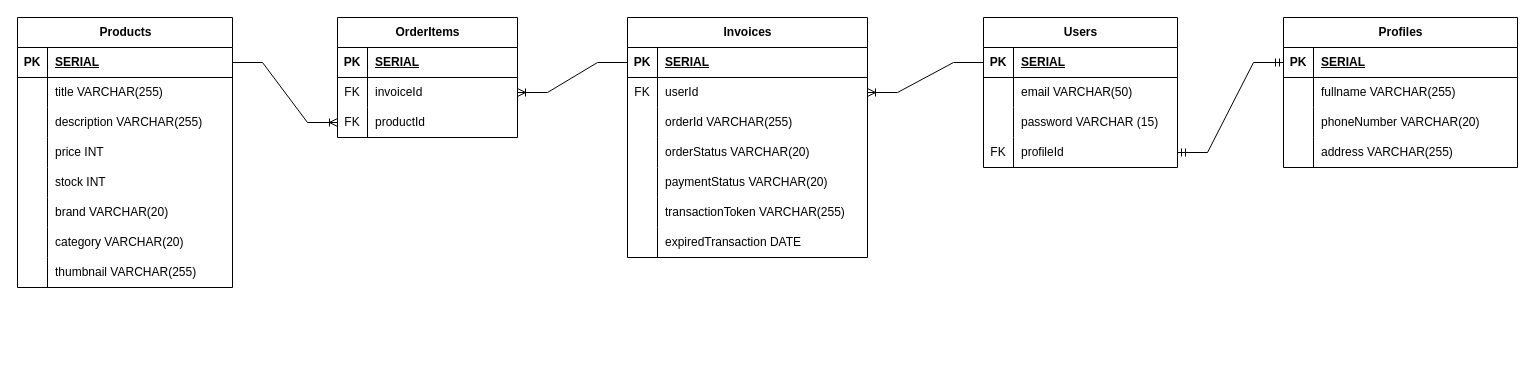
Above: server/db_schema/schema.drawio in fauzandwip/ecommerce-test_Linxchat (draw.io), before the change. Source tidied: cells renumbered, new cells numbered last; positions are measured from the earlier drawing's top-left corner, leaving out a move shared by most shapes. Both pictures are drawn from the tidied source at 100%, with x=0, y=0 at pixel (17, 17).
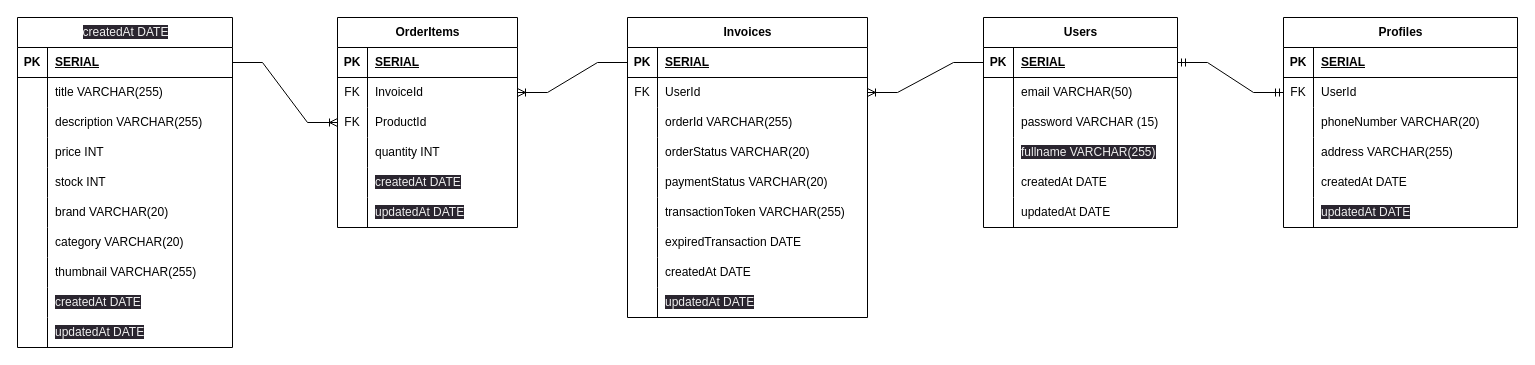
Above is the later version.

The change refers to these unchanged cells:
```xml
<mxCell id="3" style="shape=tableRow;horizontal=0;startSize=0;swimlaneHead=0;swimlaneBody=0;fillColor=none;points=[[0,0.5],[1,0.5]];portConstraint=eastwest;top=0;left=0;right=0;bottom=1;" parent="2" vertex="1">
  <mxGeometry y="30" width="194" height="30" as="geometry" />
</mxCell>
<mxCell id="12" style="shape=tableRow;horizontal=0;startSize=0;swimlaneHead=0;swimlaneBody=0;fillColor=none;points=[[0,0.5],[1,0.5]];portConstraint=eastwest;top=0;left=0;right=0;bottom=0;" parent="2" vertex="1">
  <mxGeometry y="120" width="194" height="30" as="geometry" />
</mxCell>
<mxCell id="16" style="shape=tableRow;horizontal=0;startSize=0;swimlaneHead=0;swimlaneBody=0;fillColor=none;points=[[0,0.5],[1,0.5]];portConstraint=eastwest;top=0;left=0;right=0;bottom=1;" parent="15" vertex="1">
  <mxGeometry y="30" width="234" height="30" as="geometry" />
</mxCell>
<mxCell id="19" style="shape=tableRow;horizontal=0;startSize=0;swimlaneHead=0;swimlaneBody=0;fillColor=none;points=[[0,0.5],[1,0.5]];portConstraint=eastwest;top=0;left=0;right=0;bottom=0;" parent="15" vertex="1">
  <mxGeometry y="60" width="234" height="30" as="geometry" />
</mxCell>
<mxCell id="58" style="shape=tableRow;horizontal=0;startSize=0;swimlaneHead=0;swimlaneBody=0;fillColor=none;points=[[0,0.5],[1,0.5]];portConstraint=eastwest;top=0;left=0;right=0;bottom=0;" parent="54" vertex="1">
  <mxGeometry y="60" width="240" height="30" as="geometry" />
</mxCell>
<mxCell id="81" style="shape=tableRow;horizontal=0;startSize=0;swimlaneHead=0;swimlaneBody=0;fillColor=none;points=[[0,0.5],[1,0.5]];portConstraint=eastwest;top=0;left=0;right=0;bottom=0;" parent="77" vertex="1">
  <mxGeometry y="60" width="180" height="30" as="geometry" />
</mxCell>
<mxCell id="84" style="shape=tableRow;horizontal=0;startSize=0;swimlaneHead=0;swimlaneBody=0;fillColor=none;points=[[0,0.5],[1,0.5]];portConstraint=eastwest;top=0;left=0;right=0;bottom=0;" parent="77" vertex="1">
  <mxGeometry y="90" width="180" height="30" as="geometry" />
</mxCell>
```

The edit, as a diff of the source:
```diff
@@
     <mxCell id="2" value="Users" style="shape=table;startSize=30;childLayout=tableLayout;rowLines=0;fontStyle=1;align=center;html=1;" parent="1" vertex="1">
-      <mxGeometry x="966" width="194" height="150" as="geometry" />
+      <mxGeometry x="966" width="194" height="210" as="geometry" />
     </mxCell>
@@
-    <mxCell id="13" value="FK" style="shape=partialRectangle;fillColor=none;top=0;left=0;bottom=0;right=0;overflow=hidden;whiteSpace=wrap;html=1;" parent="12" vertex="1">
-      <mxGeometry width="30" height="30" as="geometry" />
-    </mxCell>
-    <mxCell id="14" value="profileId" style="shape=partialRectangle;fillColor=none;top=0;left=0;bottom=0;right=0;align=left;spacingLeft=6;overflow=hidden;whiteSpace=wrap;html=1;" parent="12" vertex="1">
-      <mxGeometry x="30" width="164" height="30" as="geometry" />
-    </mxCell>
+    <mxCell id="89" style="shape=partialRectangle;fillColor=none;top=0;left=0;bottom=0;right=0;overflow=hidden;whiteSpace=wrap;html=1;" parent="12" vertex="1">
+      <mxGeometry width="30" height="30" as="geometry" />
+    </mxCell>
+    <mxCell id="90" value="&lt;span style=&quot;color: rgb(240, 240, 240); font-family: Helvetica; font-size: 12px; font-style: normal; font-variant-ligatures: normal; font-variant-caps: normal; font-weight: 400; letter-spacing: normal; orphans: 2; text-align: left; text-indent: 0px; text-transform: none; widows: 2; word-spacing: 0px; -webkit-text-stroke-width: 0px; background-color: rgb(42, 37, 47); text-decoration-thickness: initial; text-decoration-style: initial; text-decoration-color: initial; float: none; display: inline !important;&quot;&gt;fullname VARCHAR(255)&lt;/span&gt;" style="shape=partialRectangle;fillColor=none;top=0;left=0;bottom=0;right=0;align=left;spacingLeft=6;overflow=hidden;whiteSpace=wrap;html=1;" parent="12" vertex="1">
+      <mxGeometry x="30" width="164" height="30" as="geometry" />
+    </mxCell>
+    <mxCell id="91" style="shape=tableRow;horizontal=0;startSize=0;swimlaneHead=0;swimlaneBody=0;fillColor=none;top=0;left=0;right=0;bottom=0;" parent="2" vertex="1">
+      <mxGeometry y="150" width="194" height="30" as="geometry" />
+    </mxCell>
+    <mxCell id="92" style="shape=partialRectangle;fillColor=none;top=0;left=0;bottom=0;right=0;overflow=hidden;whiteSpace=wrap;html=1;" parent="91" vertex="1">
+      <mxGeometry width="30" height="30" as="geometry" />
+    </mxCell>
+    <mxCell id="93" value="createdAt DATE" style="shape=partialRectangle;fillColor=none;top=0;left=0;bottom=0;right=0;align=left;spacingLeft=6;overflow=hidden;whiteSpace=wrap;html=1;" parent="91" vertex="1">
+      <mxGeometry x="30" width="164" height="30" as="geometry" />
+    </mxCell>
+    <mxCell id="94" style="shape=tableRow;horizontal=0;startSize=0;swimlaneHead=0;swimlaneBody=0;fillColor=none;top=0;left=0;right=0;bottom=0;" parent="2" vertex="1">
+      <mxGeometry y="180" width="194" height="30" as="geometry" />
+    </mxCell>
+    <mxCell id="95" style="shape=partialRectangle;fillColor=none;top=0;left=0;bottom=0;right=0;overflow=hidden;whiteSpace=wrap;html=1;" parent="94" vertex="1">
+      <mxGeometry width="30" height="30" as="geometry" />
+    </mxCell>
+    <mxCell id="96" value="updatedAt DATE" style="shape=partialRectangle;fillColor=none;top=0;left=0;bottom=0;right=0;align=left;spacingLeft=6;overflow=hidden;whiteSpace=wrap;html=1;" parent="94" vertex="1">
+      <mxGeometry x="30" width="164" height="30" as="geometry" />
+    </mxCell>
     <mxCell id="15" value="Profiles" style="shape=table;startSize=30;childLayout=tableLayout;rowLines=0;fontStyle=1;align=center;html=1;" parent="1" vertex="1">
-      <mxGeometry x="1266" width="234" height="150" as="geometry" />
+      <mxGeometry x="1266" width="234" height="210" as="geometry" />
     </mxCell>
@@
-    <mxCell id="20" style="shape=partialRectangle;fillColor=none;top=0;left=0;bottom=0;right=0;overflow=hidden;whiteSpace=wrap;html=1;" parent="19" vertex="1">
+    <mxCell id="20" value="FK" style="shape=partialRectangle;fillColor=none;top=0;left=0;bottom=0;right=0;overflow=hidden;whiteSpace=wrap;html=1;" parent="19" vertex="1">
       <mxGeometry width="30" height="30" as="geometry" />
     </mxCell>
-    <mxCell id="21" value="fullname VARCHAR(255)" style="shape=partialRectangle;fillColor=none;top=0;left=0;bottom=0;right=0;align=left;spacingLeft=6;overflow=hidden;whiteSpace=wrap;html=1;" parent="19" vertex="1">
+    <mxCell id="21" value="UserId" style="shape=partialRectangle;fillColor=none;top=0;left=0;bottom=0;right=0;align=left;spacingLeft=6;overflow=hidden;whiteSpace=wrap;html=1;" parent="19" vertex="1">
       <mxGeometry x="30" width="204" height="30" as="geometry" />
     </mxCell>
@@
+    <mxCell id="97" style="shape=tableRow;horizontal=0;startSize=0;swimlaneHead=0;swimlaneBody=0;fillColor=none;top=0;left=0;right=0;bottom=0;" parent="15" vertex="1">
+      <mxGeometry y="150" width="234" height="30" as="geometry" />
+    </mxCell>
+    <mxCell id="98" style="shape=partialRectangle;fillColor=none;top=0;left=0;bottom=0;right=0;overflow=hidden;whiteSpace=wrap;html=1;" parent="97" vertex="1">
+      <mxGeometry width="30" height="30" as="geometry" />
+    </mxCell>
+    <mxCell id="99" value="createdAt DATE" style="shape=partialRectangle;fillColor=none;top=0;left=0;bottom=0;right=0;align=left;spacingLeft=6;overflow=hidden;whiteSpace=wrap;html=1;" parent="97" vertex="1">
+      <mxGeometry x="30" width="204" height="30" as="geometry" />
+    </mxCell>
+    <mxCell id="100" style="shape=tableRow;horizontal=0;startSize=0;swimlaneHead=0;swimlaneBody=0;fillColor=none;top=0;left=0;right=0;bottom=0;" parent="15" vertex="1">
+      <mxGeometry y="180" width="234" height="30" as="geometry" />
+    </mxCell>
+    <mxCell id="101" style="shape=partialRectangle;fillColor=none;top=0;left=0;bottom=0;right=0;overflow=hidden;whiteSpace=wrap;html=1;" parent="100" vertex="1">
+      <mxGeometry width="30" height="30" as="geometry" />
+    </mxCell>
+    <mxCell id="102" value="&lt;span style=&quot;color: rgb(240, 240, 240); font-family: Helvetica; font-size: 12px; font-style: normal; font-variant-ligatures: normal; font-variant-caps: normal; font-weight: 400; letter-spacing: normal; orphans: 2; text-align: left; text-indent: 0px; text-transform: none; widows: 2; word-spacing: 0px; -webkit-text-stroke-width: 0px; background-color: rgb(42, 37, 47); text-decoration-thickness: initial; text-decoration-style: initial; text-decoration-color: initial; float: none; display: inline !important;&quot;&gt;updatedAt DATE&lt;/span&gt;" style="shape=partialRectangle;fillColor=none;top=0;left=0;bottom=0;right=0;align=left;spacingLeft=6;overflow=hidden;whiteSpace=wrap;html=1;" parent="100" vertex="1">
+      <mxGeometry x="30" width="204" height="30" as="geometry" />
+    </mxCell>
-    <mxCell id="28" style="edgeStyle=entityRelationEdgeStyle;fontSize=12;html=1;endArrow=ERmandOne;startArrow=ERmandOne;rounded=0;exitX=1;exitY=0.5;exitDx=0;exitDy=0;" parent="1" edge="1" source="12" target="16">
+    <mxCell id="28" style="edgeStyle=entityRelationEdgeStyle;fontSize=12;html=1;endArrow=ERmandOne;startArrow=ERmandOne;rounded=0;exitX=1;exitY=0.5;exitDx=0;exitDy=0;entryX=0;entryY=0.5;entryDx=0;entryDy=0;" parent="1" edge="1" source="3" target="19">
       <mxGeometry relative="1" as="geometry" />
     </mxCell>
-    <mxCell id="29" value="Products" style="shape=table;startSize=30;childLayout=tableLayout;rowLines=0;fontStyle=1;align=center;html=1;" parent="1" vertex="1">
-      <mxGeometry width="215" height="270" as="geometry" />
+    <mxCell id="29" value="&lt;span style=&quot;color: rgb(240, 240, 240); font-family: Helvetica; font-size: 12px; font-style: normal; font-variant-ligatures: normal; font-variant-caps: normal; font-weight: 400; letter-spacing: normal; orphans: 2; text-align: left; text-indent: 0px; text-transform: none; widows: 2; word-spacing: 0px; -webkit-text-stroke-width: 0px; background-color: rgb(42, 37, 47); text-decoration-thickness: initial; text-decoration-style: initial; text-decoration-color: initial; float: none; display: inline !important;&quot;&gt;createdAt DATE&lt;/span&gt;" style="shape=table;startSize=30;childLayout=tableLayout;rowLines=0;fontStyle=1;align=center;html=1;" parent="1" vertex="1">
+      <mxGeometry width="215" height="330" as="geometry" />
     </mxCell>
@@
+    <mxCell id="103" style="shape=tableRow;horizontal=0;startSize=0;swimlaneHead=0;swimlaneBody=0;fillColor=none;top=0;left=0;right=0;bottom=0;" parent="29" vertex="1">
+      <mxGeometry y="270" width="215" height="30" as="geometry" />
+    </mxCell>
+    <mxCell id="104" style="shape=partialRectangle;fillColor=none;top=0;left=0;bottom=0;right=0;overflow=hidden;whiteSpace=wrap;html=1;" parent="103" vertex="1">
+      <mxGeometry width="30" height="30" as="geometry" />
+    </mxCell>
+    <mxCell id="105" value="&lt;span style=&quot;color: rgb(240, 240, 240); font-family: Helvetica; font-size: 12px; font-style: normal; font-variant-ligatures: normal; font-variant-caps: normal; font-weight: 400; letter-spacing: normal; orphans: 2; text-align: left; text-indent: 0px; text-transform: none; widows: 2; word-spacing: 0px; -webkit-text-stroke-width: 0px; background-color: rgb(42, 37, 47); text-decoration-thickness: initial; text-decoration-style: initial; text-decoration-color: initial; float: none; display: inline !important;&quot;&gt;createdAt DATE&lt;/span&gt;" style="shape=partialRectangle;fillColor=none;top=0;left=0;bottom=0;right=0;align=left;spacingLeft=6;overflow=hidden;whiteSpace=wrap;html=1;" parent="103" vertex="1">
+      <mxGeometry x="30" width="185" height="30" as="geometry" />
+    </mxCell>
+    <mxCell id="106" style="shape=tableRow;horizontal=0;startSize=0;swimlaneHead=0;swimlaneBody=0;fillColor=none;top=0;left=0;right=0;bottom=0;" parent="29" vertex="1">
+      <mxGeometry y="300" width="215" height="30" as="geometry" />
+    </mxCell>
+    <mxCell id="107" style="shape=partialRectangle;fillColor=none;top=0;left=0;bottom=0;right=0;overflow=hidden;whiteSpace=wrap;html=1;" parent="106" vertex="1">
+      <mxGeometry width="30" height="30" as="geometry" />
+    </mxCell>
+    <mxCell id="108" value="&lt;span style=&quot;color: rgb(240, 240, 240); font-family: Helvetica; font-size: 12px; font-style: normal; font-variant-ligatures: normal; font-variant-caps: normal; font-weight: 400; letter-spacing: normal; orphans: 2; text-align: left; text-indent: 0px; text-transform: none; widows: 2; word-spacing: 0px; -webkit-text-stroke-width: 0px; background-color: rgb(42, 37, 47); text-decoration-thickness: initial; text-decoration-style: initial; text-decoration-color: initial; float: none; display: inline !important;&quot;&gt;updatedAt DATE&lt;/span&gt;" style="shape=partialRectangle;fillColor=none;top=0;left=0;bottom=0;right=0;align=left;spacingLeft=6;overflow=hidden;whiteSpace=wrap;html=1;" parent="106" vertex="1">
+      <mxGeometry x="30" width="185" height="30" as="geometry" />
+    </mxCell>
     <mxCell id="54" value="Invoices" style="shape=table;startSize=30;childLayout=tableLayout;rowLines=0;fontStyle=1;align=center;html=1;" parent="1" vertex="1">
-      <mxGeometry x="610" width="240" height="240" as="geometry" />
+      <mxGeometry x="610" width="240" height="300" as="geometry" />
     </mxCell>
@@
-    <mxCell id="60" value="userId" style="shape=partialRectangle;fillColor=none;top=0;left=0;bottom=0;right=0;align=left;spacingLeft=6;overflow=hidden;whiteSpace=wrap;html=1;" parent="58" vertex="1">
+    <mxCell id="60" value="UserId" style="shape=partialRectangle;fillColor=none;top=0;left=0;bottom=0;right=0;align=left;spacingLeft=6;overflow=hidden;whiteSpace=wrap;html=1;" parent="58" vertex="1">
       <mxGeometry x="30" width="210" height="30" as="geometry" />
     </mxCell>
@@
+    <mxCell id="109" style="shape=tableRow;horizontal=0;startSize=0;swimlaneHead=0;swimlaneBody=0;fillColor=none;top=0;left=0;right=0;bottom=0;" parent="54" vertex="1">
+      <mxGeometry y="240" width="240" height="30" as="geometry" />
+    </mxCell>
+    <mxCell id="110" style="shape=partialRectangle;fillColor=none;top=0;left=0;bottom=0;right=0;overflow=hidden;whiteSpace=wrap;html=1;" parent="109" vertex="1">
+      <mxGeometry width="30" height="30" as="geometry" />
+    </mxCell>
+    <mxCell id="111" value="createdAt DATE" style="shape=partialRectangle;fillColor=none;top=0;left=0;bottom=0;right=0;align=left;spacingLeft=6;overflow=hidden;whiteSpace=wrap;html=1;" parent="109" vertex="1">
+      <mxGeometry x="30" width="210" height="30" as="geometry" />
+    </mxCell>
+    <mxCell id="112" style="shape=tableRow;horizontal=0;startSize=0;swimlaneHead=0;swimlaneBody=0;fillColor=none;top=0;left=0;right=0;bottom=0;" parent="54" vertex="1">
+      <mxGeometry y="270" width="240" height="30" as="geometry" />
+    </mxCell>
+    <mxCell id="113" style="shape=partialRectangle;fillColor=none;top=0;left=0;bottom=0;right=0;overflow=hidden;whiteSpace=wrap;html=1;" parent="112" vertex="1">
+      <mxGeometry width="30" height="30" as="geometry" />
+    </mxCell>
+    <mxCell id="114" value="&lt;span style=&quot;color: rgb(240, 240, 240); font-family: Helvetica; font-size: 12px; font-style: normal; font-variant-ligatures: normal; font-variant-caps: normal; font-weight: 400; letter-spacing: normal; orphans: 2; text-align: left; text-indent: 0px; text-transform: none; widows: 2; word-spacing: 0px; -webkit-text-stroke-width: 0px; background-color: rgb(42, 37, 47); text-decoration-thickness: initial; text-decoration-style: initial; text-decoration-color: initial; float: none; display: inline !important;&quot;&gt;updatedAt DATE&lt;/span&gt;" style="shape=partialRectangle;fillColor=none;top=0;left=0;bottom=0;right=0;align=left;spacingLeft=6;overflow=hidden;whiteSpace=wrap;html=1;" parent="112" vertex="1">
+      <mxGeometry x="30" width="210" height="30" as="geometry" />
+    </mxCell>
@@
     <mxCell id="77" value="OrderItems" style="shape=table;startSize=30;childLayout=tableLayout;rowLines=0;fontStyle=1;align=center;html=1;" parent="1" vertex="1">
-      <mxGeometry x="320" width="180" height="120" as="geometry" />
+      <mxGeometry x="320" width="180" height="210" as="geometry" />
     </mxCell>
@@
-    <mxCell id="83" value="invoiceId" style="shape=partialRectangle;fillColor=none;top=0;left=0;bottom=0;right=0;align=left;spacingLeft=6;overflow=hidden;whiteSpace=wrap;html=1;" parent="81" vertex="1">
+    <mxCell id="83" value="InvoiceId" style="shape=partialRectangle;fillColor=none;top=0;left=0;bottom=0;right=0;align=left;spacingLeft=6;overflow=hidden;whiteSpace=wrap;html=1;" parent="81" vertex="1">
       <mxGeometry x="30" width="150" height="30" as="geometry" />
     </mxCell>
@@
-    <mxCell id="86" value="productId" style="shape=partialRectangle;fillColor=none;top=0;left=0;bottom=0;right=0;align=left;spacingLeft=6;overflow=hidden;whiteSpace=wrap;html=1;" parent="84" vertex="1">
+    <mxCell id="86" value="ProductId" style="shape=partialRectangle;fillColor=none;top=0;left=0;bottom=0;right=0;align=left;spacingLeft=6;overflow=hidden;whiteSpace=wrap;html=1;" parent="84" vertex="1">
       <mxGeometry x="30" width="150" height="30" as="geometry" />
     </mxCell>
+    <mxCell id="115" style="shape=tableRow;horizontal=0;startSize=0;swimlaneHead=0;swimlaneBody=0;fillColor=none;top=0;left=0;right=0;bottom=0;" parent="77" vertex="1">
+      <mxGeometry y="120" width="180" height="30" as="geometry" />
+    </mxCell>
+    <mxCell id="116" style="shape=partialRectangle;fillColor=none;top=0;left=0;bottom=0;right=0;overflow=hidden;whiteSpace=wrap;html=1;" parent="115" vertex="1">
+      <mxGeometry width="30" height="30" as="geometry" />
+    </mxCell>
+    <mxCell id="117" value="quantity INT" style="shape=partialRectangle;fillColor=none;top=0;left=0;bottom=0;right=0;align=left;spacingLeft=6;overflow=hidden;whiteSpace=wrap;html=1;" parent="115" vertex="1">
+      <mxGeometry x="30" width="150" height="30" as="geometry" />
+    </mxCell>
+    <mxCell id="118" style="shape=tableRow;horizontal=0;startSize=0;swimlaneHead=0;swimlaneBody=0;fillColor=none;top=0;left=0;right=0;bottom=0;" parent="77" vertex="1">
+      <mxGeometry y="150" width="180" height="30" as="geometry" />
+    </mxCell>
+    <mxCell id="119" style="shape=partialRectangle;fillColor=none;top=0;left=0;bottom=0;right=0;overflow=hidden;whiteSpace=wrap;html=1;" parent="118" vertex="1">
+      <mxGeometry width="30" height="30" as="geometry" />
+    </mxCell>
+    <mxCell id="120" value="&lt;span style=&quot;color: rgb(240, 240, 240); font-family: Helvetica; font-size: 12px; font-style: normal; font-variant-ligatures: normal; font-variant-caps: normal; font-weight: 400; letter-spacing: normal; orphans: 2; text-align: left; text-indent: 0px; text-transform: none; widows: 2; word-spacing: 0px; -webkit-text-stroke-width: 0px; background-color: rgb(42, 37, 47); text-decoration-thickness: initial; text-decoration-style: initial; text-decoration-color: initial; float: none; display: inline !important;&quot;&gt;createdAt DATE&lt;/span&gt;" style="shape=partialRectangle;fillColor=none;top=0;left=0;bottom=0;right=0;align=left;spacingLeft=6;overflow=hidden;whiteSpace=wrap;html=1;" parent="118" vertex="1">
+      <mxGeometry x="30" width="150" height="30" as="geometry" />
+    </mxCell>
+    <mxCell id="121" style="shape=tableRow;horizontal=0;startSize=0;swimlaneHead=0;swimlaneBody=0;fillColor=none;top=0;left=0;right=0;bottom=0;" parent="77" vertex="1">
+      <mxGeometry y="180" width="180" height="30" as="geometry" />
+    </mxCell>
+    <mxCell id="122" style="shape=partialRectangle;fillColor=none;top=0;left=0;bottom=0;right=0;overflow=hidden;whiteSpace=wrap;html=1;" parent="121" vertex="1">
+      <mxGeometry width="30" height="30" as="geometry" />
+    </mxCell>
+    <mxCell id="123" value="&lt;span style=&quot;color: rgb(240, 240, 240); font-family: Helvetica; font-size: 12px; font-style: normal; font-variant-ligatures: normal; font-variant-caps: normal; font-weight: 400; letter-spacing: normal; orphans: 2; text-align: left; text-indent: 0px; text-transform: none; widows: 2; word-spacing: 0px; -webkit-text-stroke-width: 0px; background-color: rgb(42, 37, 47); text-decoration-thickness: initial; text-decoration-style: initial; text-decoration-color: initial; float: none; display: inline !important;&quot;&gt;updatedAt DATE&lt;/span&gt;" style="shape=partialRectangle;fillColor=none;top=0;left=0;bottom=0;right=0;align=left;spacingLeft=6;overflow=hidden;whiteSpace=wrap;html=1;" parent="121" vertex="1">
+      <mxGeometry x="30" width="150" height="30" as="geometry" />
+    </mxCell>
```
